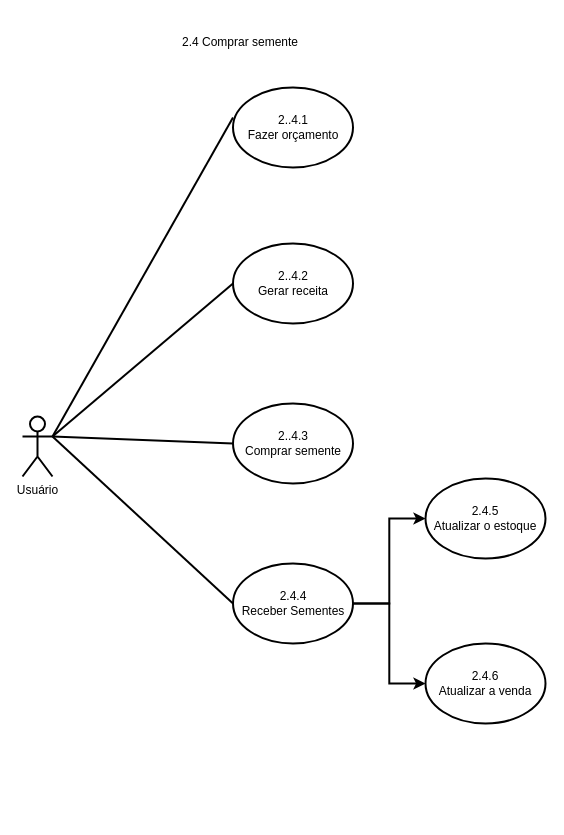
Earlier version of the draw.io diagram page "3.0" (3 of 6) of Tarefa1.drawio (ZardsMK/Trabahlo-DrawIO). Source tidied: cells renumbered, new cells numbered last; positions are measured from the earlier drawing's top-left corner, leaving out a move shared by most shapes. Both pictures are drawn from the tidied source at 100%, with x=0, y=0 at pixel (22, 27).
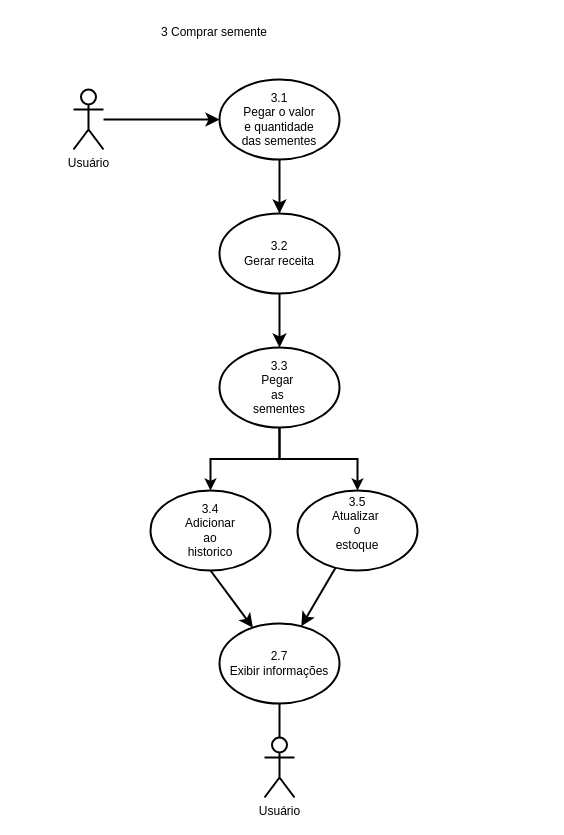
After the change.

Diff of the diagram source:
```diff
@@
-    <mxCell id="2" value="2.4 Comprar semente" style="text;html=1;align=center;verticalAlign=middle;whiteSpace=wrap;rounded=0;strokeWidth=2;" parent="1" vertex="1">
-      <mxGeometry x="123" width="190" height="30" as="geometry" />
+    <mxCell id="2" value="3 Comprar semente" style="text;html=1;align=center;verticalAlign=middle;whiteSpace=wrap;rounded=0;strokeWidth=2;" parent="1" vertex="1">
+      <mxGeometry x="97" y="-10" width="190" height="30" as="geometry" />
     </mxCell>
+    <mxCell id="16" style="edgeStyle=none;curved=1;rounded=0;jettySize=auto;html=1;entryX=0;entryY=0.5;entryDx=0;entryDy=0;fontSize=12;startSize=8;endSize=8;strokeWidth=2;" parent="1" edge="1" source="3" target="21">
+      <mxGeometry relative="1" as="geometry" />
+    </mxCell>
     <mxCell id="3" value="Usuário" style="shape=umlActor;verticalLabelPosition=bottom;verticalAlign=top;html=1;outlineConnect=0;strokeWidth=2;" parent="1" vertex="1">
-      <mxGeometry y="389" width="30" height="60" as="geometry" />
+      <mxGeometry x="51" y="62" width="30" height="60" as="geometry" />
     </mxCell>
-    <mxCell id="4" style="endArrow=none;html=1;rounded=0;entryX=0;entryY=0.5;entryDx=0;entryDy=0;exitX=1;exitY=0.3333333333333333;exitDx=0;exitDy=0;exitPerimeter=0;strokeWidth=2;" parent="1" edge="1" source="3">
-      <mxGeometry relative="1" as="geometry">
-        <mxPoint x="210.5" y="90" as="targetPoint" />
-      </mxGeometry>
-    </mxCell>
-    <mxCell id="5" value="&lt;div&gt;2..4.1&lt;/div&gt;&lt;div&gt;Fazer orçamento&lt;/div&gt;" style="ellipse;whiteSpace=wrap;html=1;strokeWidth=2;" parent="1" vertex="1">
-      <mxGeometry x="210.5" y="60" width="120" height="80" as="geometry" />
-    </mxCell>
+    <mxCell id="17" style="edgeStyle=none;curved=1;rounded=0;jettySize=auto;html=1;fontSize=12;startSize=8;endSize=8;entryX=0.5;entryY=0;entryDx=0;entryDy=0;strokeWidth=2;" parent="1" edge="1" source="6" target="9">
+      <mxGeometry relative="1" as="geometry" />
+    </mxCell>
-    <mxCell id="6" value="&lt;div&gt;2..4.2&lt;/div&gt;&lt;div&gt;Gerar receita&lt;/div&gt;" style="ellipse;whiteSpace=wrap;html=1;strokeWidth=2;" parent="1" vertex="1">
-      <mxGeometry x="210.5" y="216" width="120" height="80" as="geometry" />
+    <mxCell id="6" value="&lt;div&gt;3.2&lt;/div&gt;&lt;div&gt;Gerar receita&lt;/div&gt;" style="ellipse;whiteSpace=wrap;html=1;strokeWidth=2;" parent="1" vertex="1">
+      <mxGeometry x="197" y="186" width="120" height="80" as="geometry" />
     </mxCell>
-    <mxCell id="7" style="edgeStyle=orthogonalEdgeStyle;rounded=0;jettySize=auto;html=1;exitX=1;exitY=0.5;exitDx=0;exitDy=0;entryX=0;entryY=0.5;entryDx=0;entryDy=0;strokeWidth=2;" parent="1" edge="1" source="9" target="11">
+    <mxCell id="7" style="edgeStyle=orthogonalEdgeStyle;rounded=0;jettySize=auto;html=1;exitX=0.5;exitY=1;exitDx=0;exitDy=0;entryX=0.5;entryY=0;entryDx=0;entryDy=0;strokeWidth=2;" parent="1" edge="1" source="9" target="11">
       <mxGeometry relative="1" as="geometry" />
     </mxCell>
-    <mxCell id="8" value="&lt;div&gt;2..4.3&lt;/div&gt;&lt;div&gt;Comprar semente&lt;/div&gt;" style="ellipse;whiteSpace=wrap;html=1;strokeWidth=2;" parent="1" vertex="1">
-      <mxGeometry x="210.5" y="376" width="120" height="80" as="geometry" />
-    </mxCell>
-    <mxCell id="9" value="&lt;div&gt;2.4.4&lt;/div&gt;&lt;div&gt;Receber Sementes&lt;/div&gt;" style="ellipse;whiteSpace=wrap;html=1;strokeWidth=2;" parent="1" vertex="1">
-      <mxGeometry x="210.5" y="536" width="120" height="80" as="geometry" />
+    <mxCell id="9" value="&lt;div&gt;3.3&lt;/div&gt;&lt;div&gt;Pegar&amp;nbsp;&lt;/div&gt;&lt;div&gt;as&amp;nbsp;&lt;/div&gt;&lt;div&gt;s&lt;span style=&quot;background-color: transparent; color: light-dark(rgb(0, 0, 0), rgb(255, 255, 255));&quot;&gt;ementes&lt;/span&gt;&lt;/div&gt;" style="ellipse;whiteSpace=wrap;html=1;strokeWidth=2;" parent="1" vertex="1">
+      <mxGeometry x="197" y="320" width="120" height="80" as="geometry" />
     </mxCell>
-    <mxCell id="10" style="endArrow=none;html=1;rounded=0;entryX=0;entryY=0.5;entryDx=0;entryDy=0;exitX=1;exitY=0.3333333333333333;exitDx=0;exitDy=0;exitPerimeter=0;strokeWidth=2;" parent="1" edge="1" source="3" target="6">
-      <mxGeometry relative="1" as="geometry" />
-    </mxCell>
+    <mxCell id="18" style="edgeStyle=none;curved=1;rounded=0;jettySize=auto;html=1;fontSize=12;startSize=8;endSize=8;strokeWidth=2;" parent="1" edge="1" source="11" target="23">
+      <mxGeometry relative="1" as="geometry" />
+    </mxCell>
-    <mxCell id="11" value="&lt;div&gt;2.4.5&lt;/div&gt;&lt;div&gt;&lt;span style=&quot;background-color: transparent; color: light-dark(rgb(0, 0, 0), rgb(255, 255, 255));&quot;&gt;Atualizar o estoque&lt;/span&gt;&lt;/div&gt;" style="ellipse;whiteSpace=wrap;html=1;strokeWidth=2;" parent="1" vertex="1">
-      <mxGeometry x="403" y="451" width="120" height="80" as="geometry" />
+    <mxCell id="11" value="&lt;div&gt;3.5&lt;/div&gt;&lt;div&gt;&lt;span style=&quot;background-color: transparent; color: light-dark(rgb(0, 0, 0), rgb(255, 255, 255));&quot;&gt;Atualizar&amp;nbsp;&lt;/span&gt;&lt;/div&gt;&lt;div&gt;&lt;span style=&quot;background-color: transparent; color: light-dark(rgb(0, 0, 0), rgb(255, 255, 255));&quot;&gt;o&lt;/span&gt;&lt;/div&gt;&lt;div&gt;&lt;span style=&quot;background-color: transparent; color: light-dark(rgb(0, 0, 0), rgb(255, 255, 255));&quot;&gt;estoque&lt;/span&gt;&lt;/div&gt;&lt;div&gt;&lt;br&gt;&lt;/div&gt;" style="ellipse;whiteSpace=wrap;html=1;strokeWidth=2;align=center;" parent="1" vertex="1">
+      <mxGeometry x="275" y="463" width="120" height="80" as="geometry" />
     </mxCell>
+    <mxCell id="19" style="edgeStyle=none;curved=1;rounded=0;jettySize=auto;html=1;exitX=0.5;exitY=1;exitDx=0;exitDy=0;fontSize=12;startSize=8;endSize=8;strokeWidth=2;" parent="1" edge="1" source="12" target="23">
+      <mxGeometry relative="1" as="geometry" />
+    </mxCell>
-    <mxCell id="12" value="&lt;div&gt;2.4.6&lt;/div&gt;&lt;div&gt;Atualizar a venda&lt;/div&gt;" style="ellipse;whiteSpace=wrap;html=1;strokeWidth=2;" parent="1" vertex="1">
-      <mxGeometry x="403" y="616" width="120" height="80" as="geometry" />
+    <mxCell id="12" value="&lt;div&gt;3.4&lt;/div&gt;&lt;div&gt;Adicionar&lt;/div&gt;&lt;div&gt;ao&lt;/div&gt;&lt;div&gt;historico&lt;/div&gt;" style="ellipse;whiteSpace=wrap;html=1;strokeWidth=2;" parent="1" vertex="1">
+      <mxGeometry x="128" y="463" width="120" height="80" as="geometry" />
     </mxCell>
-    <mxCell id="13" style="edgeStyle=orthogonalEdgeStyle;rounded=0;jettySize=auto;html=1;exitX=1;exitY=0.5;exitDx=0;exitDy=0;strokeWidth=2;" parent="1" edge="1" source="9" target="12">
+    <mxCell id="13" style="edgeStyle=orthogonalEdgeStyle;rounded=0;jettySize=auto;html=1;exitX=0.5;exitY=1;exitDx=0;exitDy=0;strokeWidth=2;" parent="1" edge="1" source="9" target="12">
       <mxGeometry relative="1" as="geometry" />
     </mxCell>
-    <mxCell id="14" style="endArrow=none;html=1;rounded=0;exitX=1;exitY=0.3333333333333333;exitDx=0;exitDy=0;exitPerimeter=0;entryX=0;entryY=0.5;entryDx=0;entryDy=0;strokeWidth=2;" parent="1" edge="1" source="3" target="8">
-      <mxGeometry relative="1" as="geometry" />
-    </mxCell>
-    <mxCell id="15" style="endArrow=none;html=1;rounded=0;entryX=0;entryY=0.5;entryDx=0;entryDy=0;exitX=1;exitY=0.3333333333333333;exitDx=0;exitDy=0;exitPerimeter=0;strokeWidth=2;" parent="1" edge="1" source="3" target="9">
-      <mxGeometry relative="1" as="geometry" />
-    </mxCell>
+    <mxCell id="20" style="edgeStyle=none;curved=1;rounded=0;jettySize=auto;html=1;entryX=0.5;entryY=0;entryDx=0;entryDy=0;fontSize=12;startSize=8;endSize=8;strokeWidth=2;" parent="1" edge="1" source="21" target="6">
+      <mxGeometry relative="1" as="geometry" />
+    </mxCell>
+    <mxCell id="21" value="&lt;div&gt;3.1&lt;/div&gt;&lt;div&gt;Pegar o valor&lt;/div&gt;&lt;div&gt;e quantidade&lt;/div&gt;&lt;div&gt;das sementes&lt;/div&gt;" style="ellipse;whiteSpace=wrap;html=1;strokeWidth=2;" parent="1" vertex="1">
+      <mxGeometry x="197" y="52" width="120" height="80" as="geometry" />
+    </mxCell>
+    <mxCell id="22" value="Usuário" style="shape=umlActor;verticalLabelPosition=bottom;verticalAlign=top;html=1;outlineConnect=0;strokeWidth=2;" parent="1" vertex="1">
+      <mxGeometry x="242" y="710" width="30" height="60" as="geometry" />
+    </mxCell>
+    <mxCell id="23" value="&lt;div&gt;&lt;span style=&quot;background-color: transparent; color: light-dark(rgb(0, 0, 0), rgb(255, 255, 255));&quot;&gt;2.7&lt;/span&gt;&lt;/div&gt;Exibir informações" style="ellipse;whiteSpace=wrap;html=1;strokeWidth=2;" parent="1" vertex="1">
+      <mxGeometry x="197" y="596" width="120" height="80" as="geometry" />
+    </mxCell>
+    <mxCell id="24" style="endArrow=none;html=1;rounded=0;entryX=0.5;entryY=1;entryDx=0;entryDy=0;exitX=0.5;exitY=0;exitDx=0;exitDy=0;exitPerimeter=0;strokeWidth=2;" parent="1" edge="1" source="22" target="23">
+      <mxGeometry relative="1" as="geometry" />
+    </mxCell>
+    <mxCell id="25" style="edgeStyle=orthogonalEdgeStyle;rounded=0;orthogonalLoop=1;jettySize=auto;html=1;exitX=0.5;exitY=1;exitDx=0;exitDy=0;strokeWidth=2;" parent="1" edge="1">
+      <mxGeometry relative="1" as="geometry">
+        <mxPoint x="171" y="702" as="sourcePoint" />
+        <mxPoint x="171" y="702" as="targetPoint" />
+      </mxGeometry>
+    </mxCell>
```
